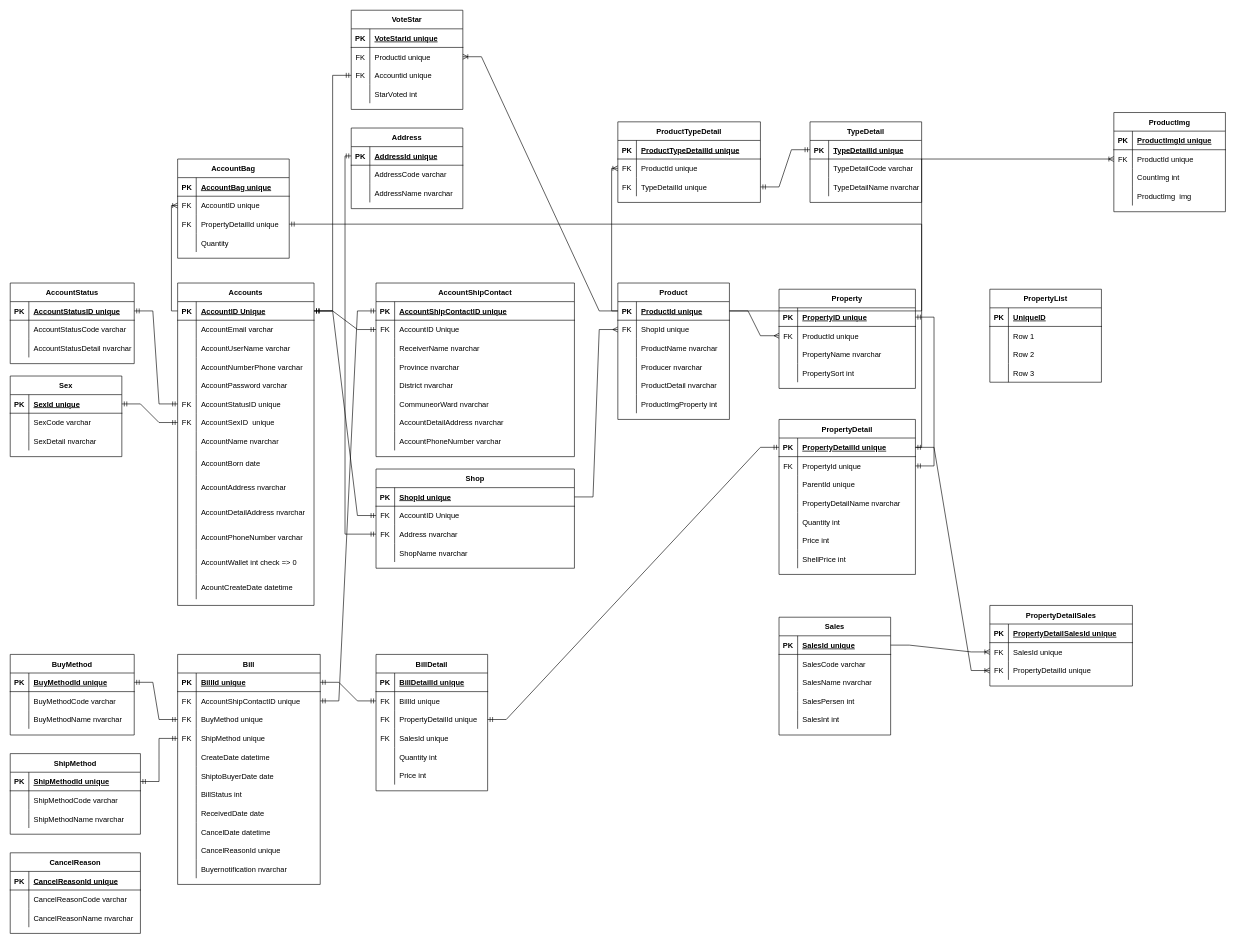
Above: resours/EntitiesRelationalDiagram.drawio in dj-xuyenchi/shoppee-mix (draw.io), before the change. Source tidied: cells renumbered, new cells numbered last; positions are measured from the earlier drawing's top-left corner, leaving out a move shared by most shapes. Both pictures are drawn from the tidied source at 62%, with x=0, y=0 at pixel (10, 10).
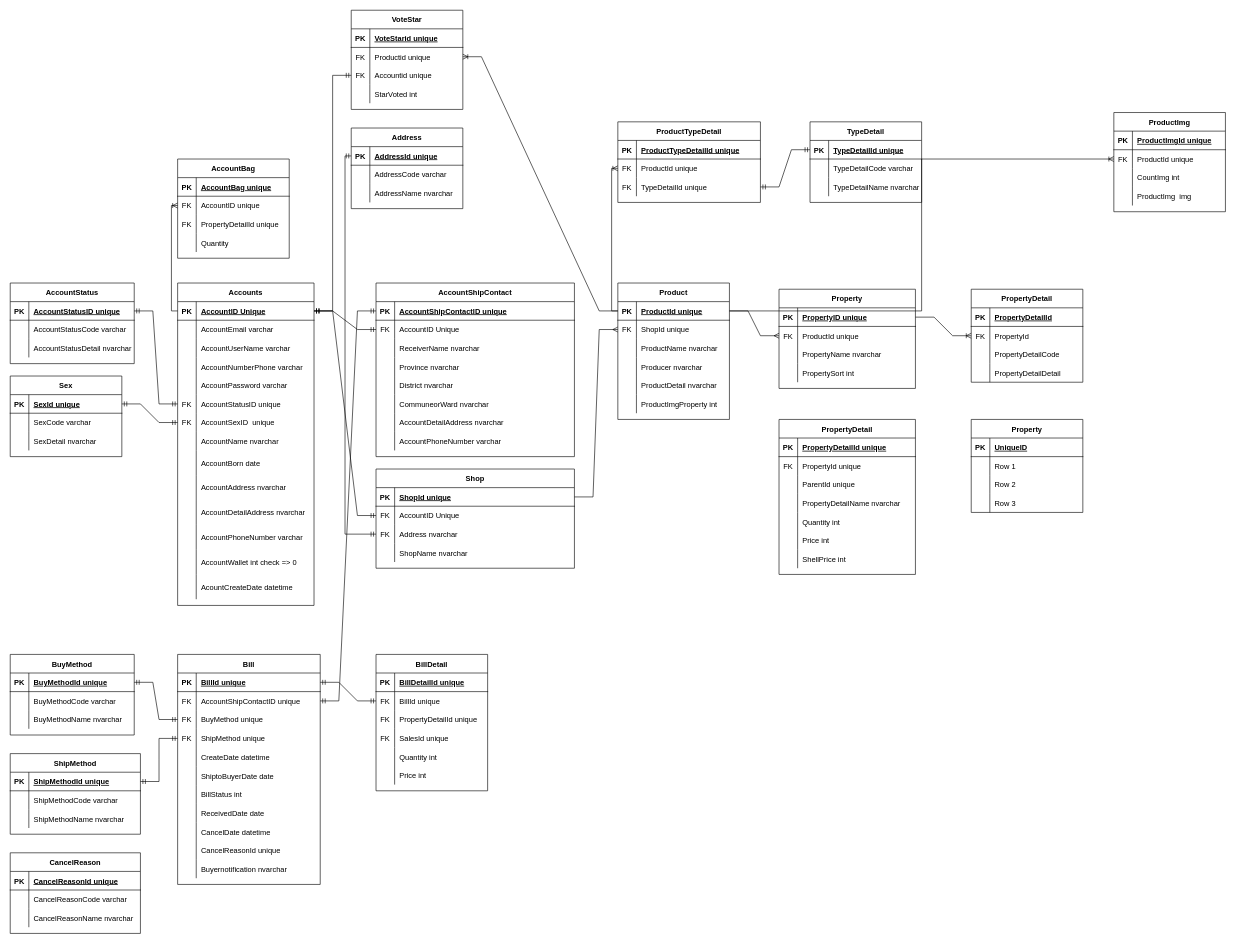
The same diagram, later.

The change refers to these unchanged cells:
```xml
<mxCell id="127" style="shape=tableRow;horizontal=0;startSize=0;swimlaneHead=0;swimlaneBody=0;fillColor=none;points=[[0,0.5],[1,0.5]];portConstraint=eastwest;top=0;left=0;right=0;bottom=1;" parent="126" vertex="1">
  <mxGeometry y="30" width="220" height="30" as="geometry" />
</mxCell>
<mxCell id="142" style="shape=tableRow;horizontal=0;startSize=0;swimlaneHead=0;swimlaneBody=0;fillColor=none;points=[[0,0.5],[1,0.5]];portConstraint=eastwest;top=0;left=0;right=0;bottom=1;" parent="141" vertex="1">
  <mxGeometry y="30" width="220" height="30" as="geometry" />
</mxCell>
<mxCell id="145" style="shape=tableRow;horizontal=0;startSize=0;swimlaneHead=0;swimlaneBody=0;fillColor=none;points=[[0,0.5],[1,0.5]];portConstraint=eastwest;top=0;left=0;right=0;bottom=0;" parent="141" vertex="1">
  <mxGeometry y="60" width="220" height="30" as="geometry" />
</mxCell>
<mxCell id="236" style="shape=tableRow;horizontal=0;startSize=0;swimlaneHead=0;swimlaneBody=0;fillColor=none;points=[[0,0.5],[1,0.5]];portConstraint=eastwest;top=0;left=0;right=0;bottom=0;" parent="229" vertex="1">
  <mxGeometry y="90" width="180" height="30" as="geometry" />
</mxCell>
<mxCell id="285" style="shape=tableRow;horizontal=0;startSize=0;swimlaneHead=0;swimlaneBody=0;fillColor=none;points=[[0,0.5],[1,0.5]];portConstraint=eastwest;top=0;left=0;right=0;bottom=0;" parent="278" vertex="1">
  <mxGeometry y="90" width="180" height="30" as="geometry" />
</mxCell>
<mxCell id="358" style="shape=tableRow;horizontal=0;startSize=0;swimlaneHead=0;swimlaneBody=0;fillColor=none;top=0;left=0;right=0;bottom=1;" parent="357" vertex="1">
  <mxGeometry y="30" width="180" height="30" as="geometry" />
</mxCell>
```

Diff of the diagram source:
```diff
@@
-    <mxCell id="249" style="edgeStyle=entityRelationEdgeStyle;fontSize=12;html=1;endArrow=ERmandOne;startArrow=ERmandOne;rounded=0;exitX=1;exitY=0.5;exitDx=0;exitDy=0;entryX=0;entryY=0.5;entryDx=0;entryDy=0;" parent="1" edge="1" source="236" target="142">
-      <mxGeometry relative="1" as="geometry" />
-    </mxCell>
@@
-    <mxCell id="251" style="edgeStyle=entityRelationEdgeStyle;fontSize=12;html=1;endArrow=ERmandOne;startArrow=ERmandOne;rounded=0;exitX=1;exitY=0.5;exitDx=0;exitDy=0;entryX=1;entryY=0.5;entryDx=0;entryDy=0;" parent="1" edge="1" source="127" target="145">
-      <mxGeometry relative="1" as="geometry" />
-    </mxCell>
-    <mxCell id="252" value="Sales" style="shape=table;startSize=30;childLayout=tableLayout;rowLines=0;fontStyle=1;align=center;" parent="1" vertex="1">
-      <mxGeometry x="1240" y="979" width="180" height="190" as="geometry" />
-    </mxCell>
-    <mxCell id="253" style="shape=tableRow;horizontal=0;startSize=0;swimlaneHead=0;swimlaneBody=0;fillColor=none;points=[[0,0.5],[1,0.5]];portConstraint=eastwest;top=0;left=0;right=0;bottom=1;" parent="252" vertex="1">
-      <mxGeometry y="30" width="180" height="30" as="geometry" />
-    </mxCell>
-    <mxCell id="254" value="PK" style="shape=partialRectangle;fillColor=none;top=0;left=0;bottom=0;right=0;fontStyle=1;overflow=hidden;" parent="253" vertex="1">
-      <mxGeometry width="30" height="30" as="geometry" />
-    </mxCell>
-    <mxCell id="255" value="SalesId unique" style="shape=partialRectangle;fillColor=none;top=0;left=0;bottom=0;right=0;align=left;spacingLeft=6;fontStyle=5;overflow=hidden;" parent="253" vertex="1">
-      <mxGeometry x="30" width="150" height="30" as="geometry" />
-    </mxCell>
-    <mxCell id="256" style="shape=tableRow;horizontal=0;startSize=0;swimlaneHead=0;swimlaneBody=0;fillColor=none;top=0;left=0;right=0;bottom=0;" parent="252" vertex="1">
-      <mxGeometry y="60" width="180" height="30" as="geometry" />
-    </mxCell>
-    <mxCell id="257" style="shape=partialRectangle;fillColor=none;top=0;left=0;bottom=0;right=0;overflow=hidden;" parent="256" vertex="1">
-      <mxGeometry width="30" height="30" as="geometry" />
-    </mxCell>
-    <mxCell id="258" value="SalesCode varchar" style="shape=partialRectangle;fillColor=none;top=0;left=0;bottom=0;right=0;align=left;spacingLeft=6;overflow=hidden;" parent="256" vertex="1">
-      <mxGeometry x="30" width="150" height="30" as="geometry" />
-    </mxCell>
-    <mxCell id="259" style="shape=tableRow;horizontal=0;startSize=0;swimlaneHead=0;swimlaneBody=0;fillColor=none;top=0;left=0;right=0;bottom=0;" parent="252" vertex="1">
-      <mxGeometry y="90" width="180" height="30" as="geometry" />
-    </mxCell>
-    <mxCell id="260" style="shape=partialRectangle;fillColor=none;top=0;left=0;bottom=0;right=0;overflow=hidden;" parent="259" vertex="1">
-      <mxGeometry width="30" height="30" as="geometry" />
-    </mxCell>
-    <mxCell id="261" value="SalesName nvarchar" style="shape=partialRectangle;fillColor=none;top=0;left=0;bottom=0;right=0;align=left;spacingLeft=6;overflow=hidden;" parent="259" vertex="1">
-      <mxGeometry x="30" width="150" height="30" as="geometry" />
-    </mxCell>
-    <mxCell id="262" style="shape=tableRow;horizontal=0;startSize=0;swimlaneHead=0;swimlaneBody=0;fillColor=none;top=0;left=0;right=0;bottom=0;" parent="252" vertex="1">
-      <mxGeometry y="120" width="180" height="30" as="geometry" />
-    </mxCell>
-    <mxCell id="263" style="shape=partialRectangle;fillColor=none;top=0;left=0;bottom=0;right=0;overflow=hidden;" parent="262" vertex="1">
-      <mxGeometry width="30" height="30" as="geometry" />
-    </mxCell>
-    <mxCell id="264" value="SalesPersen int" style="shape=partialRectangle;fillColor=none;top=0;left=0;bottom=0;right=0;align=left;spacingLeft=6;overflow=hidden;" parent="262" vertex="1">
-      <mxGeometry x="30" width="150" height="30" as="geometry" />
-    </mxCell>
-    <mxCell id="265" style="shape=tableRow;horizontal=0;startSize=0;swimlaneHead=0;swimlaneBody=0;fillColor=none;top=0;left=0;right=0;bottom=0;" parent="252" vertex="1">
-      <mxGeometry y="150" width="180" height="30" as="geometry" />
-    </mxCell>
-    <mxCell id="266" style="shape=partialRectangle;fillColor=none;top=0;left=0;bottom=0;right=0;overflow=hidden;" parent="265" vertex="1">
-      <mxGeometry width="30" height="30" as="geometry" />
-    </mxCell>
-    <mxCell id="267" value="SalesInt int" style="shape=partialRectangle;fillColor=none;top=0;left=0;bottom=0;right=0;align=left;spacingLeft=6;overflow=hidden;" parent="265" vertex="1">
-      <mxGeometry x="30" width="150" height="30" as="geometry" />
-    </mxCell>
@@
-    <mxCell id="292" style="edgeStyle=orthogonalEdgeStyle;fontSize=12;html=1;endArrow=ERmandOne;startArrow=ERmandOne;rounded=0;entryX=1;entryY=0.5;entryDx=0;entryDy=0;exitX=1;exitY=0.5;exitDx=0;exitDy=0;" parent="1" edge="1" source="285" target="142">
-      <mxGeometry relative="1" as="geometry" />
-    </mxCell>
@@
-    <mxCell id="331" value="PropertyDetailSales" style="shape=table;startSize=30;childLayout=tableLayout;rowLines=0;fontStyle=1;align=center;" parent="1" vertex="1">
-      <mxGeometry x="1580" y="960" width="230" height="130" as="geometry" />
-    </mxCell>
-    <mxCell id="332" style="shape=tableRow;horizontal=0;startSize=0;swimlaneHead=0;swimlaneBody=0;fillColor=none;top=0;left=0;right=0;bottom=1;" parent="331" vertex="1">
-      <mxGeometry y="30" width="230" height="30" as="geometry" />
-    </mxCell>
-    <mxCell id="333" value="PK" style="shape=partialRectangle;fillColor=none;top=0;left=0;bottom=0;right=0;fontStyle=1;overflow=hidden;" parent="332" vertex="1">
-      <mxGeometry width="30" height="30" as="geometry" />
-    </mxCell>
-    <mxCell id="334" value="PropertyDetailSalesId unique" style="shape=partialRectangle;fillColor=none;top=0;left=0;bottom=0;right=0;align=left;spacingLeft=6;fontStyle=5;overflow=hidden;" parent="332" vertex="1">
-      <mxGeometry x="30" width="200" height="30" as="geometry" />
-    </mxCell>
-    <mxCell id="335" style="shape=tableRow;horizontal=0;startSize=0;swimlaneHead=0;swimlaneBody=0;fillColor=none;points=[[0,0.5],[1,0.5]];portConstraint=eastwest;top=0;left=0;right=0;bottom=0;" parent="331" vertex="1">
-      <mxGeometry y="60" width="230" height="30" as="geometry" />
-    </mxCell>
-    <mxCell id="336" value="FK" style="shape=partialRectangle;fillColor=none;top=0;left=0;bottom=0;right=0;overflow=hidden;" parent="335" vertex="1">
-      <mxGeometry width="30" height="30" as="geometry" />
-    </mxCell>
-    <mxCell id="337" value="SalesId unique" style="shape=partialRectangle;fillColor=none;top=0;left=0;bottom=0;right=0;align=left;spacingLeft=6;overflow=hidden;" parent="335" vertex="1">
-      <mxGeometry x="30" width="200" height="30" as="geometry" />
-    </mxCell>
-    <mxCell id="338" style="shape=tableRow;horizontal=0;startSize=0;swimlaneHead=0;swimlaneBody=0;fillColor=none;points=[[0,0.5],[1,0.5]];portConstraint=eastwest;top=0;left=0;right=0;bottom=0;" parent="331" vertex="1">
-      <mxGeometry y="90" width="230" height="30" as="geometry" />
-    </mxCell>
-    <mxCell id="339" value="FK" style="shape=partialRectangle;fillColor=none;top=0;left=0;bottom=0;right=0;overflow=hidden;" parent="338" vertex="1">
-      <mxGeometry width="30" height="30" as="geometry" />
-    </mxCell>
-    <mxCell id="340" value="PropertyDetailId unique" style="shape=partialRectangle;fillColor=none;top=0;left=0;bottom=0;right=0;align=left;spacingLeft=6;overflow=hidden;" parent="338" vertex="1">
-      <mxGeometry x="30" width="200" height="30" as="geometry" />
-    </mxCell>
-    <mxCell id="341" style="edgeStyle=entityRelationEdgeStyle;fontSize=12;html=1;endArrow=ERoneToMany;rounded=0;exitX=1;exitY=0.5;exitDx=0;exitDy=0;entryX=0;entryY=0.5;entryDx=0;entryDy=0;" parent="1" edge="1" source="142" target="338">
-      <mxGeometry relative="1" as="geometry" />
-    </mxCell>
-    <mxCell id="342" style="edgeStyle=entityRelationEdgeStyle;fontSize=12;html=1;endArrow=ERoneToMany;rounded=0;exitX=1;exitY=0.5;exitDx=0;exitDy=0;entryX=0;entryY=0.5;entryDx=0;entryDy=0;" parent="1" edge="1" source="253" target="335">
-      <mxGeometry relative="1" as="geometry" />
-    </mxCell>
@@
-    <mxCell id="357" value="PropertyList" style="shape=table;startSize=30;childLayout=tableLayout;rowLines=0;fontStyle=1;align=center;" parent="1" vertex="1">
-      <mxGeometry x="1580" y="450" width="180" height="150" as="geometry" />
+    <mxCell id="357" value="PropertyDetail" style="shape=table;startSize=30;childLayout=tableLayout;rowLines=0;fontStyle=1;align=center;" parent="1" vertex="1">
+      <mxGeometry x="1550" y="450" width="180" height="150" as="geometry" />
     </mxCell>
@@
-    <mxCell id="360" value="UniqueID" style="shape=partialRectangle;fillColor=none;top=0;left=0;bottom=0;right=0;align=left;spacingLeft=6;fontStyle=5;overflow=hidden;" parent="358" vertex="1">
+    <mxCell id="360" value="PropertyDetailId" style="shape=partialRectangle;fillColor=none;top=0;left=0;bottom=0;right=0;align=left;spacingLeft=6;fontStyle=5;overflow=hidden;" parent="358" vertex="1">
       <mxGeometry x="30" width="150" height="30" as="geometry" />
     </mxCell>
+    <mxCell id="364" style="shape=tableRow;horizontal=0;startSize=0;swimlaneHead=0;swimlaneBody=0;fillColor=none;points=[[0,0.5],[1,0.5]];portConstraint=eastwest;top=0;left=0;right=0;bottom=0;" parent="357" vertex="1">
+      <mxGeometry y="60" width="180" height="30" as="geometry" />
+    </mxCell>
+    <mxCell id="365" value="FK" style="shape=partialRectangle;fillColor=none;top=0;left=0;bottom=0;right=0;overflow=hidden;" parent="364" vertex="1">
+      <mxGeometry width="30" height="30" as="geometry" />
+    </mxCell>
+    <mxCell id="366" value="PropertyId" style="shape=partialRectangle;fillColor=none;top=0;left=0;bottom=0;right=0;align=left;spacingLeft=6;overflow=hidden;" parent="364" vertex="1">
+      <mxGeometry x="30" width="150" height="30" as="geometry" />
+    </mxCell>
     <mxCell id="361" style="shape=tableRow;horizontal=0;startSize=0;swimlaneHead=0;swimlaneBody=0;fillColor=none;top=0;left=0;right=0;bottom=0;" parent="357" vertex="1">
-      <mxGeometry y="60" width="180" height="30" as="geometry" />
+      <mxGeometry y="90" width="180" height="30" as="geometry" />
     </mxCell>
@@
-    <mxCell id="363" value="Row 1" style="shape=partialRectangle;fillColor=none;top=0;left=0;bottom=0;right=0;align=left;spacingLeft=6;overflow=hidden;" parent="361" vertex="1">
+    <mxCell id="363" value="PropertyDetailCode" style="shape=partialRectangle;fillColor=none;top=0;left=0;bottom=0;right=0;align=left;spacingLeft=6;overflow=hidden;" parent="361" vertex="1">
       <mxGeometry x="30" width="150" height="30" as="geometry" />
     </mxCell>
-    <mxCell id="364" style="shape=tableRow;horizontal=0;startSize=0;swimlaneHead=0;swimlaneBody=0;fillColor=none;points=[[0,0.5],[1,0.5]];portConstraint=eastwest;top=0;left=0;right=0;bottom=0;" parent="357" vertex="1">
-      <mxGeometry y="90" width="180" height="30" as="geometry" />
-    </mxCell>
-    <mxCell id="365" style="shape=partialRectangle;fillColor=none;top=0;left=0;bottom=0;right=0;overflow=hidden;" parent="364" vertex="1">
-      <mxGeometry width="30" height="30" as="geometry" />
-    </mxCell>
-    <mxCell id="366" value="Row 2" style="shape=partialRectangle;fillColor=none;top=0;left=0;bottom=0;right=0;align=left;spacingLeft=6;overflow=hidden;" parent="364" vertex="1">
-      <mxGeometry x="30" width="150" height="30" as="geometry" />
-    </mxCell>
-    <mxCell id="367" style="shape=tableRow;horizontal=0;startSize=0;swimlaneHead=0;swimlaneBody=0;fillColor=none;top=0;left=0;right=0;bottom=0;" parent="357" vertex="1">
-      <mxGeometry y="120" width="180" height="30" as="geometry" />
-    </mxCell>
-    <mxCell id="368" style="shape=partialRectangle;fillColor=none;top=0;left=0;bottom=0;right=0;overflow=hidden;" parent="367" vertex="1">
-      <mxGeometry width="30" height="30" as="geometry" />
-    </mxCell>
+    <mxCell id="370" style="shape=tableRow;horizontal=0;startSize=0;swimlaneHead=0;swimlaneBody=0;fillColor=none;top=0;left=0;right=0;bottom=0;" parent="357" vertex="1">
+      <mxGeometry y="120" width="180" height="30" as="geometry" />
+    </mxCell>
+    <mxCell id="371" style="shape=partialRectangle;fillColor=none;top=0;left=0;bottom=0;right=0;overflow=hidden;" parent="370" vertex="1">
+      <mxGeometry width="30" height="30" as="geometry" />
+    </mxCell>
+    <mxCell id="372" value="PropertyDetailDetail" style="shape=partialRectangle;fillColor=none;top=0;left=0;bottom=0;right=0;align=left;spacingLeft=6;overflow=hidden;" parent="370" vertex="1">
+      <mxGeometry x="30" width="150" height="30" as="geometry" />
+    </mxCell>
+    <mxCell id="373" value="Property" style="shape=table;startSize=30;childLayout=tableLayout;rowLines=0;fontStyle=1;align=center;" parent="1" vertex="1">
+      <mxGeometry x="1550" y="660" width="180" height="150" as="geometry" />
+    </mxCell>
+    <mxCell id="253" style="shape=tableRow;horizontal=0;startSize=0;swimlaneHead=0;swimlaneBody=0;fillColor=none;points=[[0,0.5],[1,0.5]];portConstraint=eastwest;top=0;left=0;right=0;bottom=1;" parent="373" vertex="1">
+      <mxGeometry y="30" width="180" height="30" as="geometry" />
+    </mxCell>
+    <mxCell id="374" value="PK" style="shape=partialRectangle;fillColor=none;top=0;left=0;bottom=0;right=0;fontStyle=1;overflow=hidden;" parent="253" vertex="1">
+      <mxGeometry width="30" height="30" as="geometry" />
+    </mxCell>
+    <mxCell id="375" value="UniqueID" style="shape=partialRectangle;fillColor=none;top=0;left=0;bottom=0;right=0;align=left;spacingLeft=6;fontStyle=5;overflow=hidden;" parent="253" vertex="1">
+      <mxGeometry x="30" width="150" height="30" as="geometry" />
+    </mxCell>
+    <mxCell id="256" style="shape=tableRow;horizontal=0;startSize=0;swimlaneHead=0;swimlaneBody=0;fillColor=none;top=0;left=0;right=0;bottom=0;" parent="373" vertex="1">
+      <mxGeometry y="60" width="180" height="30" as="geometry" />
+    </mxCell>
+    <mxCell id="376" style="shape=partialRectangle;fillColor=none;top=0;left=0;bottom=0;right=0;overflow=hidden;" parent="256" vertex="1">
+      <mxGeometry width="30" height="30" as="geometry" />
+    </mxCell>
+    <mxCell id="377" value="Row 1" style="shape=partialRectangle;fillColor=none;top=0;left=0;bottom=0;right=0;align=left;spacingLeft=6;overflow=hidden;" parent="256" vertex="1">
+      <mxGeometry x="30" width="150" height="30" as="geometry" />
+    </mxCell>
+    <mxCell id="259" style="shape=tableRow;horizontal=0;startSize=0;swimlaneHead=0;swimlaneBody=0;fillColor=none;top=0;left=0;right=0;bottom=0;" parent="373" vertex="1">
+      <mxGeometry y="90" width="180" height="30" as="geometry" />
+    </mxCell>
+    <mxCell id="378" style="shape=partialRectangle;fillColor=none;top=0;left=0;bottom=0;right=0;overflow=hidden;" parent="259" vertex="1">
+      <mxGeometry width="30" height="30" as="geometry" />
+    </mxCell>
+    <mxCell id="379" value="Row 2" style="shape=partialRectangle;fillColor=none;top=0;left=0;bottom=0;right=0;align=left;spacingLeft=6;overflow=hidden;" parent="259" vertex="1">
+      <mxGeometry x="30" width="150" height="30" as="geometry" />
+    </mxCell>
+    <mxCell id="380" style="shape=tableRow;horizontal=0;startSize=0;swimlaneHead=0;swimlaneBody=0;fillColor=none;top=0;left=0;right=0;bottom=0;" parent="373" vertex="1">
+      <mxGeometry y="120" width="180" height="30" as="geometry" />
+    </mxCell>
+    <mxCell id="381" style="shape=partialRectangle;fillColor=none;top=0;left=0;bottom=0;right=0;overflow=hidden;" parent="380" vertex="1">
+      <mxGeometry width="30" height="30" as="geometry" />
+    </mxCell>
-    <mxCell id="369" value="Row 3" style="shape=partialRectangle;fillColor=none;top=0;left=0;bottom=0;right=0;align=left;spacingLeft=6;overflow=hidden;" parent="367" vertex="1">
+    <mxCell id="369" value="Row 3" style="shape=partialRectangle;fillColor=none;top=0;left=0;bottom=0;right=0;align=left;spacingLeft=6;overflow=hidden;" parent="380" vertex="1">
       <mxGeometry x="30" width="150" height="30" as="geometry" />
     </mxCell>
+    <mxCell id="382" style="edgeStyle=entityRelationEdgeStyle;fontSize=12;html=1;endArrow=ERoneToMany;rounded=0;exitX=1;exitY=0.5;exitDx=0;exitDy=0;entryX=0;entryY=0.5;entryDx=0;entryDy=0;" parent="1" edge="1" source="127" target="364">
+      <mxGeometry relative="1" as="geometry" />
+    </mxCell>
```
